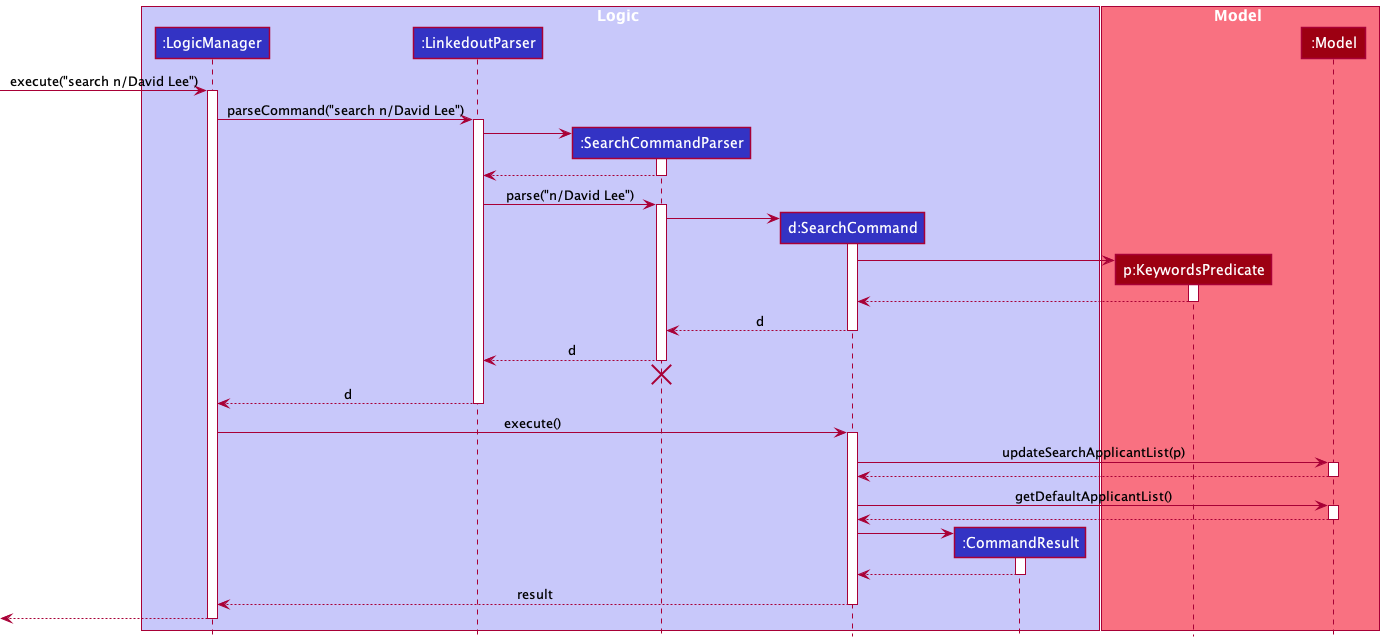
Earlier version of the PlantUML export docs/images/SearchSequenceDiagram.png (zzhikai/tp).
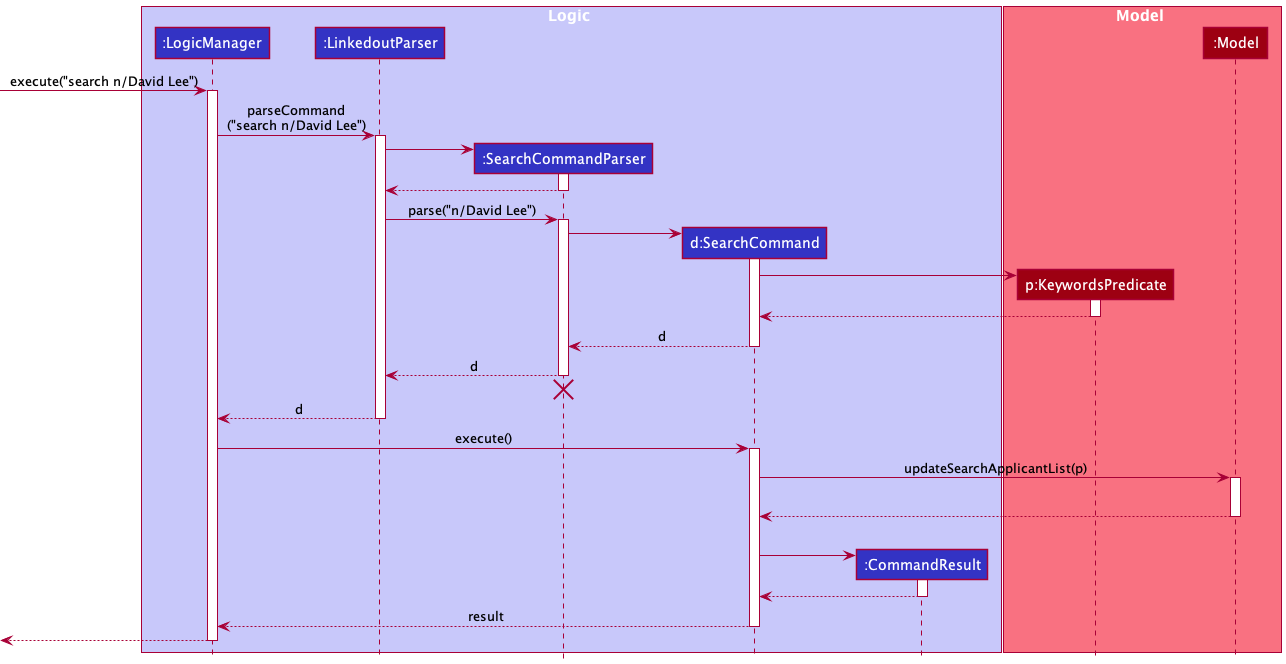
Later version of the same file.

Commit message:
update sequence diagram, remove getDefaultApplicantList call which was inside String message

Change to the diagram source:
```diff
@@ -17,7 +17,7 @@
 [-> LogicManager : execute("search n/David Lee")
 activate LogicManager
 
-LogicManager -> LinkedoutParser : parseCommand("search n/David Lee")
+LogicManager -> LinkedoutParser : parseCommand\n("search n/David Lee")
 activate LinkedoutParser
 
 create SearchCommandParser
@@ -57,15 +57,10 @@
 
 SearchCommand -> Model : updateSearchApplicantList(p)
 activate Model
-
+|||
 Model --> SearchCommand
 deactivate Model
-
-SearchCommand -> Model : getDefaultApplicantList()
-activate Model
-Model --> SearchCommand
-deactivate Model
-
+|||
 create CommandResult
 SearchCommand -> CommandResult
 activate CommandResult
```
